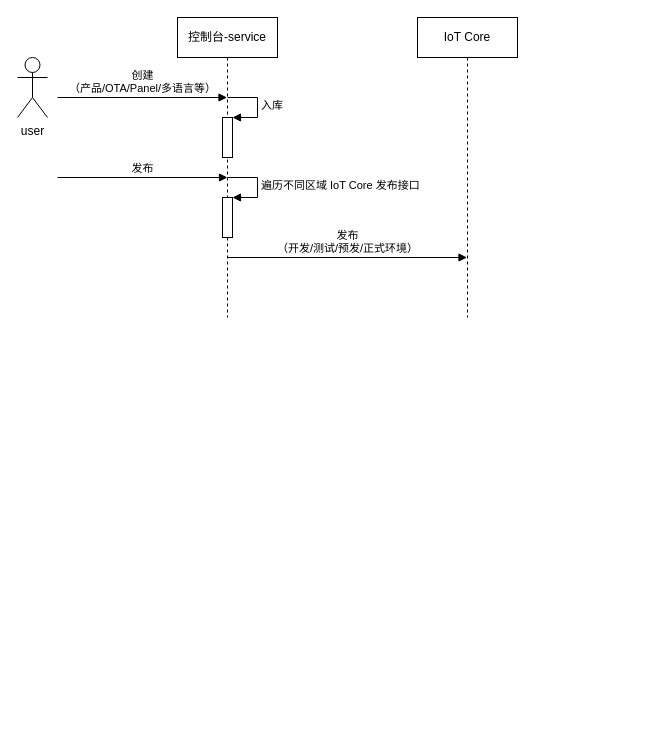
This is Untitled Diagram.drawio from Jeff-Junfang/PNG, a draw.io file, before an edit. Source tidied: cells renumbered, new cells numbered last; positions are measured from the earlier drawing's top-left corner, leaving out a move shared by most shapes. Both pictures are drawn from the tidied source at 100%, with x=0, y=0 at pixel (17, 17).
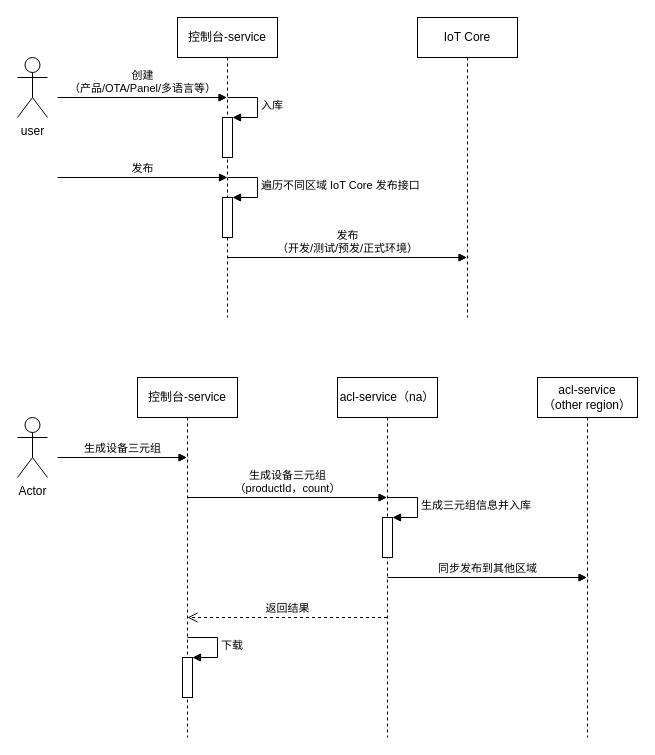
The same page after the edit.

Commit message:
generate acl info.drawio

The edit, as a diff of the source:
```diff
@@
+    <mxCell id="12" value="Actor" style="shape=umlActor;verticalLabelPosition=bottom;verticalAlign=top;html=1;" parent="1" vertex="1">
+      <mxGeometry y="400" width="30" height="60" as="geometry" />
+    </mxCell>
+    <mxCell id="13" value="控制台-service" style="shape=umlLifeline;perimeter=lifelinePerimeter;whiteSpace=wrap;html=1;outlineConnect=0;" parent="1" vertex="1">
+      <mxGeometry x="120" y="360" width="100" height="360" as="geometry" />
+    </mxCell>
+    <mxCell id="14" value="生成设备三元组&lt;br&gt;（productId，count）" style="html=1;verticalAlign=bottom;endArrow=block;rounded=0;" parent="13" edge="1" target="18">
+      <mxGeometry relative="1" as="geometry">
+        <mxPoint x="50" y="120" as="sourcePoint" />
+      </mxGeometry>
+    </mxCell>
+    <mxCell id="15" value="返回结果" style="html=1;verticalAlign=bottom;endArrow=open;dashed=1;endSize=8;rounded=0;" parent="13" edge="1" source="18">
+      <mxGeometry relative="1" as="geometry">
+        <mxPoint x="50" y="240" as="targetPoint" />
+      </mxGeometry>
+    </mxCell>
+    <mxCell id="16" style="html=1;points=[];perimeter=orthogonalPerimeter;" parent="13" vertex="1">
+      <mxGeometry x="45" y="280" width="10" height="40" as="geometry" />
+    </mxCell>
+    <mxCell id="17" value="下载" style="edgeStyle=orthogonalEdgeStyle;html=1;align=left;spacingLeft=2;endArrow=block;rounded=0;entryX=1;entryY=0;" parent="13" edge="1" target="16">
+      <mxGeometry relative="1" as="geometry">
+        <mxPoint x="50" y="260" as="sourcePoint" />
+        <Array as="points">
+          <mxPoint x="80" y="260" />
+        </Array>
+      </mxGeometry>
+    </mxCell>
+    <mxCell id="18" value="acl-service（na）" style="shape=umlLifeline;perimeter=lifelinePerimeter;whiteSpace=wrap;html=1;outlineConnect=0;" parent="1" vertex="1">
+      <mxGeometry x="320" y="360" width="100" height="360" as="geometry" />
+    </mxCell>
+    <mxCell id="19" style="html=1;points=[];perimeter=orthogonalPerimeter;" parent="18" vertex="1">
+      <mxGeometry x="45" y="140" width="10" height="40" as="geometry" />
+    </mxCell>
+    <mxCell id="20" value="生成三元组信息并入库" style="edgeStyle=orthogonalEdgeStyle;html=1;align=left;spacingLeft=2;endArrow=block;rounded=0;entryX=1;entryY=0;" parent="18" edge="1" target="19">
+      <mxGeometry relative="1" as="geometry">
+        <mxPoint x="50" y="120" as="sourcePoint" />
+        <Array as="points">
+          <mxPoint x="80" y="120" />
+        </Array>
+      </mxGeometry>
+    </mxCell>
+    <mxCell id="21" value="同步发布到其他区域" style="html=1;verticalAlign=bottom;endArrow=block;rounded=0;" parent="18" edge="1" target="22">
+      <mxGeometry relative="1" as="geometry">
+        <mxPoint x="50" y="200" as="sourcePoint" />
+      </mxGeometry>
+    </mxCell>
+    <mxCell id="22" value="acl-service&lt;br&gt;（other region）" style="shape=umlLifeline;perimeter=lifelinePerimeter;whiteSpace=wrap;html=1;outlineConnect=0;" parent="1" vertex="1">
+      <mxGeometry x="520" y="360" width="100" height="360" as="geometry" />
+    </mxCell>
+    <mxCell id="23" value="生成设备三元组" style="html=1;verticalAlign=bottom;endArrow=block;rounded=0;" parent="1" edge="1" target="13">
+      <mxGeometry relative="1" as="geometry">
+        <mxPoint x="40" y="440" as="sourcePoint" />
+      </mxGeometry>
+    </mxCell>
```
